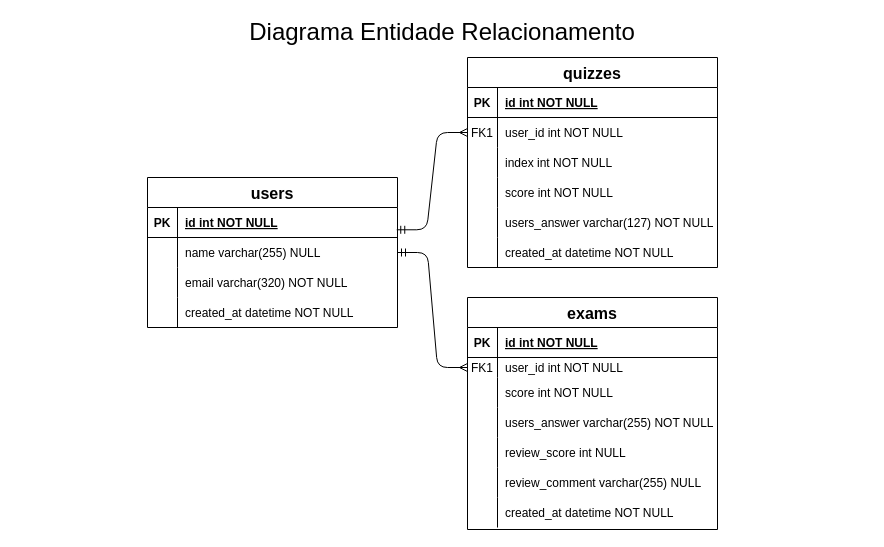
Above: docs/DER.drawio in Fatec-Bug-Busters/scrum-academy (draw.io), before the change. Source tidied: cells renumbered, new cells numbered last; positions are measured from the earlier drawing's top-left corner, leaving out a move shared by most shapes. Both pictures are drawn from the tidied source at 100%, with x=0, y=0 at pixel (17, 17).
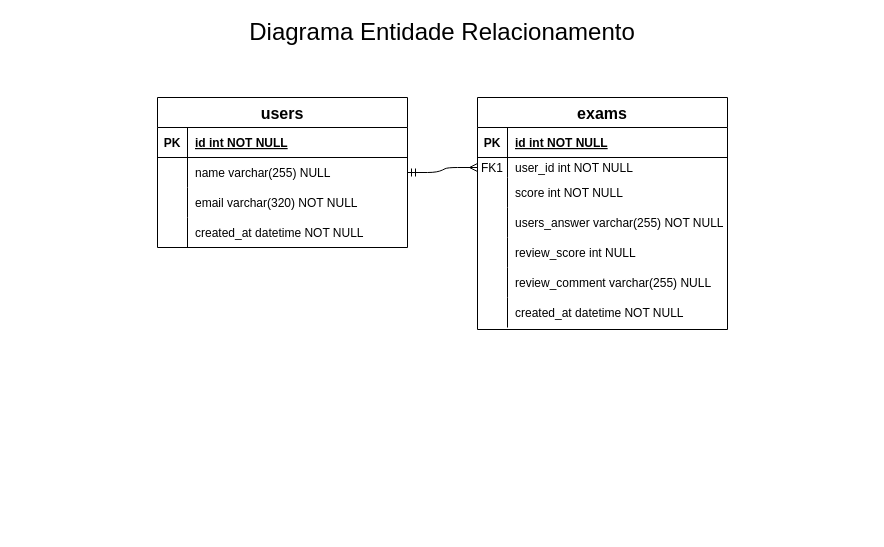
The same page after the edit.

Unchanged cells that the change refers to:
```xml
<mxCell id="23" style="shape=partialRectangle;fillColor=none;points=[[0,0.5],[1,0.5]];portConstraint=eastwest;top=0;left=0;right=0;bottom=1;" parent="22" vertex="1">
  <mxGeometry y="30" width="250" height="30" as="geometry" />
</mxCell>
```

What changed in the source:
```diff
@@
-    <mxCell id="2" style="edgeStyle=entityRelationEdgeStyle;endArrow=ERmany;startArrow=ERmandOne;endFill=0;startFill=0;exitX=0.997;exitY=0.743;exitDx=0;exitDy=0;exitPerimeter=0;" parent="1" edge="1" source="23" target="7">
-      <mxGeometry relative="1" as="geometry" />
-    </mxCell>
-    <mxCell id="3" value="quizzes" style="shape=table;startSize=30;childLayout=tableLayout;rowLines=0;fontStyle=1;align=center;fontSize=16;" parent="1" vertex="1">
-      <mxGeometry x="450" y="40" width="250" height="210" as="geometry" />
-    </mxCell>
-    <mxCell id="4" style="shape=partialRectangle;fillColor=none;top=0;left=0;right=0;bottom=1;" parent="3" vertex="1">
-      <mxGeometry y="30" width="250" height="30" as="geometry" />
-    </mxCell>
-    <mxCell id="5" value="PK" style="shape=partialRectangle;overflow=hidden;fillColor=none;top=0;left=0;bottom=0;right=0;fontStyle=1;" parent="4" vertex="1">
-      <mxGeometry width="30" height="30" as="geometry" />
-    </mxCell>
-    <mxCell id="6" value="id int NOT NULL " style="shape=partialRectangle;overflow=hidden;fillColor=none;top=0;left=0;bottom=0;right=0;align=left;spacingLeft=6;fontStyle=5;" parent="4" vertex="1">
-      <mxGeometry x="30" width="220" height="30" as="geometry" />
-    </mxCell>
-    <mxCell id="7" style="shape=partialRectangle;fillColor=none;points=[[0,0.5],[1,0.5]];portConstraint=eastwest;top=0;left=0;right=0;bottom=0;" parent="3" vertex="1">
-      <mxGeometry y="60" width="250" height="30" as="geometry" />
-    </mxCell>
-    <mxCell id="8" value="FK1" style="shape=partialRectangle;overflow=hidden;fillColor=none;top=0;left=0;bottom=0;right=0;" parent="7" vertex="1">
-      <mxGeometry width="30" height="30" as="geometry" />
-    </mxCell>
-    <mxCell id="9" value="user_id int NOT NULL" style="shape=partialRectangle;overflow=hidden;fillColor=none;top=0;left=0;bottom=0;right=0;align=left;spacingLeft=6;" parent="7" vertex="1">
-      <mxGeometry x="30" width="220" height="30" as="geometry" />
-    </mxCell>
-    <mxCell id="10" style="shape=partialRectangle;fillColor=none;top=0;left=0;right=0;bottom=0;" parent="3" vertex="1">
-      <mxGeometry y="90" width="250" height="30" as="geometry" />
-    </mxCell>
-    <mxCell id="11" style="shape=partialRectangle;overflow=hidden;fillColor=none;top=0;left=0;bottom=0;right=0;" parent="10" vertex="1">
-      <mxGeometry width="30" height="30" as="geometry" />
-    </mxCell>
-    <mxCell id="12" value="index int NOT NULL" style="shape=partialRectangle;overflow=hidden;fillColor=none;top=0;left=0;bottom=0;right=0;align=left;spacingLeft=6;" parent="10" vertex="1">
-      <mxGeometry x="30" width="220" height="30" as="geometry" />
-    </mxCell>
-    <mxCell id="13" style="shape=tableRow;horizontal=0;startSize=0;swimlaneHead=0;swimlaneBody=0;fillColor=none;top=0;left=0;right=0;bottom=0;" parent="3" vertex="1">
-      <mxGeometry y="120" width="250" height="30" as="geometry" />
-    </mxCell>
-    <mxCell id="14" style="shape=partialRectangle;fillColor=none;top=0;left=0;bottom=0;right=0;overflow=hidden;" parent="13" vertex="1">
-      <mxGeometry width="30" height="30" as="geometry" />
-    </mxCell>
-    <mxCell id="15" value="score int NOT NULL" style="shape=partialRectangle;fillColor=none;top=0;left=0;bottom=0;right=0;align=left;spacingLeft=6;overflow=hidden;" parent="13" vertex="1">
-      <mxGeometry x="30" width="220" height="30" as="geometry" />
-    </mxCell>
-    <mxCell id="16" style="shape=tableRow;horizontal=0;startSize=0;swimlaneHead=0;swimlaneBody=0;fillColor=none;top=0;left=0;right=0;bottom=0;" parent="3" vertex="1">
-      <mxGeometry y="150" width="250" height="30" as="geometry" />
-    </mxCell>
-    <mxCell id="17" style="shape=partialRectangle;fillColor=none;top=0;left=0;bottom=0;right=0;overflow=hidden;" parent="16" vertex="1">
-      <mxGeometry width="30" height="30" as="geometry" />
-    </mxCell>
-    <mxCell id="18" value="users_answer varchar(127) NOT NULL" style="shape=partialRectangle;fillColor=none;top=0;left=0;bottom=0;right=0;align=left;spacingLeft=6;overflow=hidden;" parent="16" vertex="1">
-      <mxGeometry x="30" width="220" height="30" as="geometry" />
-    </mxCell>
-    <mxCell id="19" style="shape=tableRow;horizontal=0;startSize=0;swimlaneHead=0;swimlaneBody=0;fillColor=none;top=0;left=0;right=0;bottom=0;" parent="3" vertex="1">
-      <mxGeometry y="180" width="250" height="30" as="geometry" />
-    </mxCell>
-    <mxCell id="20" style="shape=partialRectangle;fillColor=none;top=0;left=0;bottom=0;right=0;overflow=hidden;" parent="19" vertex="1">
-      <mxGeometry width="30" height="30" as="geometry" />
-    </mxCell>
-    <mxCell id="21" value="created_at datetime NOT NULL" style="shape=partialRectangle;fillColor=none;top=0;left=0;bottom=0;right=0;align=left;spacingLeft=6;overflow=hidden;" parent="19" vertex="1">
-      <mxGeometry x="30" width="220" height="30" as="geometry" />
-    </mxCell>
     <mxCell id="22" value="users" style="shape=table;startSize=30;childLayout=tableLayout;rowLines=0;fontStyle=1;align=center;fontSize=16;" parent="1" vertex="1">
-      <mxGeometry x="130" y="160" width="250" height="150" as="geometry" />
+      <mxGeometry x="140" y="80" width="250" height="150" as="geometry" />
     </mxCell>
@@
     <mxCell id="36" value="exams" style="shape=table;startSize=30;childLayout=tableLayout;rowLines=0;fontStyle=1;align=center;fontSize=16;" parent="1" vertex="1">
-      <mxGeometry x="450" y="280" width="250" height="232" as="geometry" />
+      <mxGeometry x="460" y="80" width="250" height="232" as="geometry" />
     </mxCell>
```
